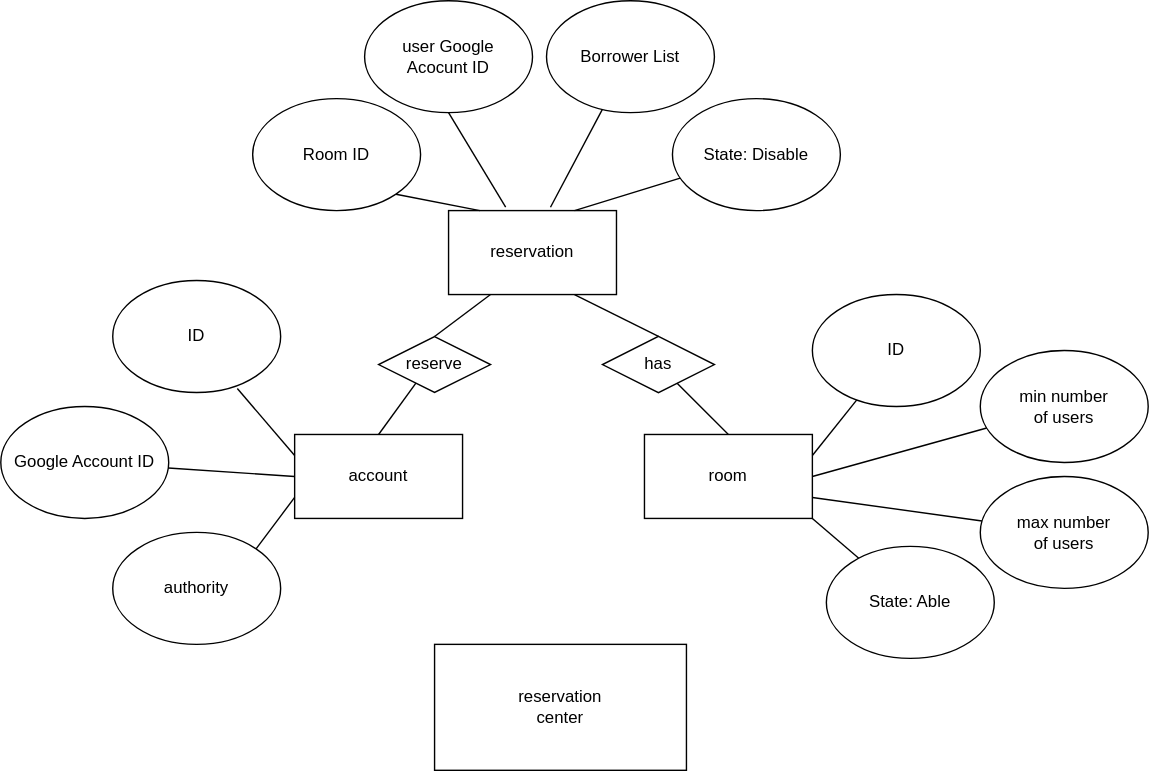
Above: Drawio/3.3.1.1.drawio.svg in CCCpeggy/Reservatio-system (draw.io), before the change. Source tidied: cells renumbered, new cells last; positions are measured from the earlier drawing's top-left corner, leaving out a move shared by most shapes. Its diagram source:
```xml
<mxGraphModel>
  <root>
    <mxCell id="0" />
    <mxCell id="1" parent="0" />
    <mxCell id="2" value="reservation" style="rounded=0;whiteSpace=wrap;html=1;" parent="1" vertex="1">
      <mxGeometry x="320" y="150" width="120" height="60" as="geometry" />
    </mxCell>
    <mxCell id="3" value="account" style="rounded=0;whiteSpace=wrap;html=1;" parent="1" vertex="1">
      <mxGeometry x="210" y="310" width="120" height="60" as="geometry" />
    </mxCell>
    <mxCell id="4" value="room" style="rounded=0;whiteSpace=wrap;html=1;" parent="1" vertex="1">
      <mxGeometry x="460" y="310" width="120" height="60" as="geometry" />
    </mxCell>
    <mxCell id="5" value="reservation&lt;br&gt;center" style="rounded=0;whiteSpace=wrap;html=1;" parent="1" vertex="1">
      <mxGeometry x="310" y="460" width="180" height="90" as="geometry" />
    </mxCell>
    <mxCell id="6" style="endArrow=none;html=1;exitX=0.5;exitY=0;exitDx=0;exitDy=0;entryX=0.25;entryY=1;entryDx=0;entryDy=0;" parent="1" edge="1" source="10" target="2">
      <mxGeometry relative="1" as="geometry" />
    </mxCell>
    <mxCell id="7" style="endArrow=none;html=1;entryX=0.75;entryY=1;entryDx=0;entryDy=0;exitX=0.5;exitY=0;exitDx=0;exitDy=0;" parent="1" edge="1" source="8" target="2">
      <mxGeometry relative="1" as="geometry" />
    </mxCell>
    <mxCell id="8" value="has" style="rhombus;whiteSpace=wrap;html=1;rotation=0;" parent="1" vertex="1">
      <mxGeometry x="430" y="239.8" width="80" height="40.3" as="geometry" />
    </mxCell>
    <mxCell id="9" style="endArrow=none;html=1;entryX=0.75;entryY=1;entryDx=0;entryDy=0;exitX=0.5;exitY=0;exitDx=0;exitDy=0;" parent="1" edge="1" source="4" target="8">
      <mxGeometry relative="1" as="geometry" />
    </mxCell>
    <mxCell id="10" value="reserve" style="rhombus;whiteSpace=wrap;html=1;" parent="1" vertex="1">
      <mxGeometry x="270" y="240" width="80" height="40" as="geometry" />
    </mxCell>
    <mxCell id="11" style="endArrow=none;html=1;exitX=0.5;exitY=0;exitDx=0;exitDy=0;entryX=0.25;entryY=1;entryDx=0;entryDy=0;" parent="1" edge="1" source="3" target="10">
      <mxGeometry relative="1" as="geometry" />
    </mxCell>
    <mxCell id="12" value="Room ID" style="ellipse;whiteSpace=wrap;html=1;" parent="1" vertex="1">
      <mxGeometry x="180" y="70" width="120" height="80" as="geometry" />
    </mxCell>
    <mxCell id="13" value="user&amp;nbsp;Google&lt;br&gt;Acocunt ID" style="ellipse;whiteSpace=wrap;html=1;" parent="1" vertex="1">
      <mxGeometry x="260" width="120" height="80" as="geometry" />
    </mxCell>
    <mxCell id="14" value="Borrower List" style="ellipse;whiteSpace=wrap;html=1;" parent="1" vertex="1">
      <mxGeometry x="390" width="120" height="80" as="geometry" />
    </mxCell>
    <mxCell id="15" style="endArrow=none;html=1;exitX=0.607;exitY=-0.04;exitDx=0;exitDy=0;exitPerimeter=0;" parent="1" edge="1" source="2" target="14">
      <mxGeometry relative="1" as="geometry" />
    </mxCell>
    <mxCell id="16" style="endArrow=none;html=1;entryX=0.187;entryY=0;entryDx=0;entryDy=0;exitX=1;exitY=1;exitDx=0;exitDy=0;entryPerimeter=0;" parent="1" edge="1" source="12" target="2">
      <mxGeometry relative="1" as="geometry" />
    </mxCell>
    <mxCell id="17" style="endArrow=none;html=1;entryX=0.5;entryY=1;entryDx=0;entryDy=0;exitX=0.34;exitY=-0.04;exitDx=0;exitDy=0;exitPerimeter=0;" parent="1" edge="1" source="2" target="13">
      <mxGeometry relative="1" as="geometry" />
    </mxCell>
    <mxCell id="18" style="endArrow=none;html=1;exitX=0.75;exitY=0;exitDx=0;exitDy=0;" parent="1" edge="1" source="2" target="19">
      <mxGeometry relative="1" as="geometry" />
    </mxCell>
    <mxCell id="19" value="State: Disable" style="ellipse;whiteSpace=wrap;html=1;" parent="1" vertex="1">
      <mxGeometry x="480" y="70" width="120" height="80" as="geometry" />
    </mxCell>
    <mxCell id="20" style="endArrow=none;html=1;entryX=0;entryY=0.25;entryDx=0;entryDy=0;exitX=0.742;exitY=0.965;exitDx=0;exitDy=0;exitPerimeter=0;" parent="1" edge="1" source="21" target="3">
      <mxGeometry relative="1" as="geometry" />
    </mxCell>
    <mxCell id="21" value="ID" style="ellipse;whiteSpace=wrap;html=1;" parent="1" vertex="1">
      <mxGeometry x="80" y="200" width="120" height="80" as="geometry" />
    </mxCell>
    <mxCell id="22" style="endArrow=none;html=1;entryX=0;entryY=0.75;entryDx=0;entryDy=0;exitX=1;exitY=0;exitDx=0;exitDy=0;" parent="1" edge="1" source="24" target="3">
      <mxGeometry relative="1" as="geometry" />
    </mxCell>
    <mxCell id="23" style="endArrow=none;html=1;exitX=0;exitY=0.5;exitDx=0;exitDy=0;" parent="1" edge="1" source="3" target="25">
      <mxGeometry relative="1" as="geometry" />
    </mxCell>
    <mxCell id="24" value="authority" style="ellipse;whiteSpace=wrap;html=1;" parent="1" vertex="1">
      <mxGeometry x="80" y="380" width="120" height="80" as="geometry" />
    </mxCell>
    <mxCell id="25" value="Google Account ID" style="ellipse;whiteSpace=wrap;html=1;" parent="1" vertex="1">
      <mxGeometry y="290" width="120" height="80" as="geometry" />
    </mxCell>
    <mxCell id="26" style="endArrow=none;html=1;exitX=1;exitY=0.25;exitDx=0;exitDy=0;" parent="1" edge="1" source="4" target="27">
      <mxGeometry relative="1" as="geometry" />
    </mxCell>
    <mxCell id="27" value="ID" style="ellipse;whiteSpace=wrap;html=1;" parent="1" vertex="1">
      <mxGeometry x="580" y="210" width="120" height="80" as="geometry" />
    </mxCell>
    <mxCell id="28" style="endArrow=none;html=1;exitX=1;exitY=0.5;exitDx=0;exitDy=0;" parent="1" edge="1" source="4" target="29">
      <mxGeometry relative="1" as="geometry" />
    </mxCell>
    <mxCell id="29" value="min number&lt;br&gt;of users" style="ellipse;whiteSpace=wrap;html=1;" parent="1" vertex="1">
      <mxGeometry x="700" y="250" width="120" height="80" as="geometry" />
    </mxCell>
    <mxCell id="30" style="endArrow=none;html=1;exitX=1;exitY=0.75;exitDx=0;exitDy=0;" parent="1" edge="1" source="4" target="31">
      <mxGeometry relative="1" as="geometry" />
    </mxCell>
    <mxCell id="31" value="max number&lt;br&gt;of users" style="ellipse;whiteSpace=wrap;html=1;" parent="1" vertex="1">
      <mxGeometry x="700" y="340" width="120" height="80" as="geometry" />
    </mxCell>
    <mxCell id="32" style="endArrow=none;html=1;exitX=1;exitY=1;exitDx=0;exitDy=0;" parent="1" edge="1" source="4" target="33">
      <mxGeometry relative="1" as="geometry" />
    </mxCell>
    <mxCell id="33" value="State: Able" style="ellipse;whiteSpace=wrap;html=1;" parent="1" vertex="1">
      <mxGeometry x="590" y="390" width="120" height="80" as="geometry" />
    </mxCell>
  </root>
</mxGraphModel>
```
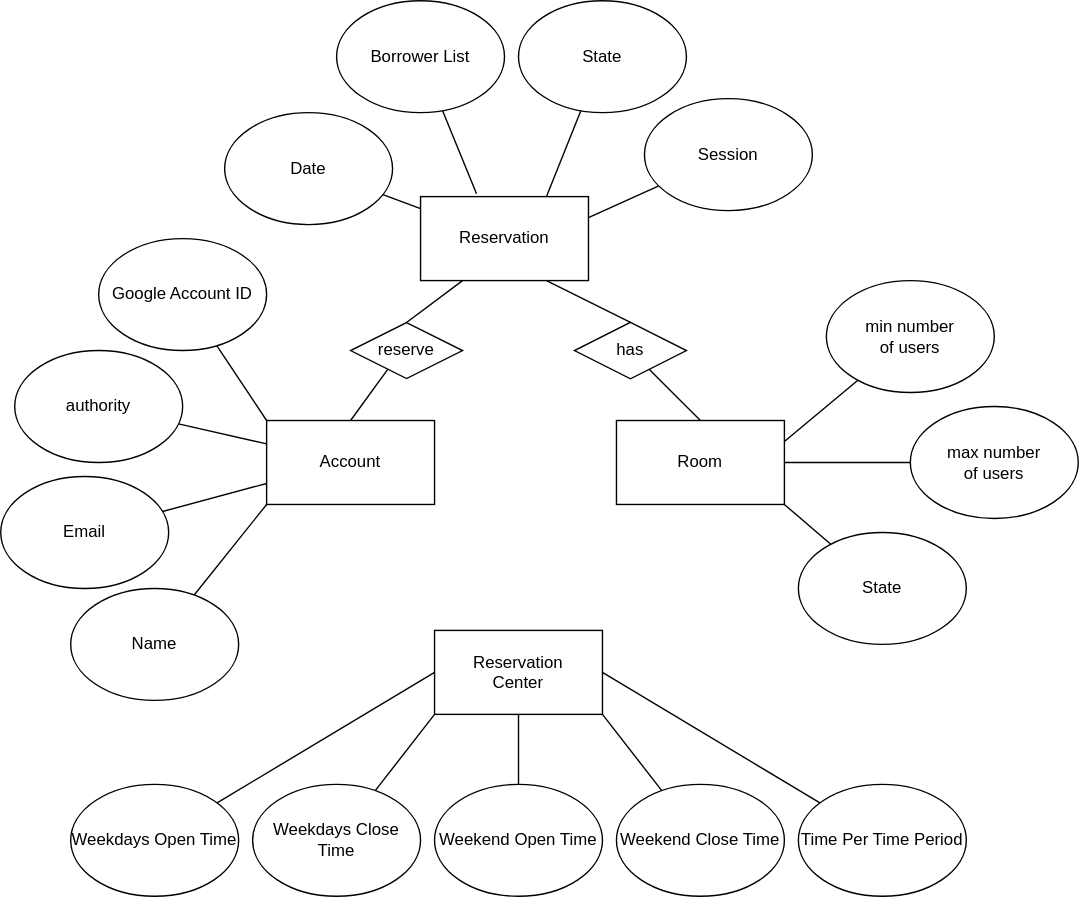
After the change.

The edit, as a diff of the source:
```diff
@@ -2,17 +2,17 @@
   <root>
     <mxCell id="0" />
     <mxCell id="1" parent="0" />
-    <mxCell id="2" value="reservation" style="rounded=0;whiteSpace=wrap;html=1;" parent="1" vertex="1">
+    <mxCell id="2" value="Reservation" style="rounded=0;whiteSpace=wrap;html=1;" parent="1" vertex="1">
       <mxGeometry x="320" y="150" width="120" height="60" as="geometry" />
     </mxCell>
-    <mxCell id="3" value="account" style="rounded=0;whiteSpace=wrap;html=1;" parent="1" vertex="1">
+    <mxCell id="3" value="Account" style="rounded=0;whiteSpace=wrap;html=1;" parent="1" vertex="1">
       <mxGeometry x="210" y="310" width="120" height="60" as="geometry" />
     </mxCell>
-    <mxCell id="4" value="room" style="rounded=0;whiteSpace=wrap;html=1;" parent="1" vertex="1">
+    <mxCell id="4" value="Room" style="rounded=0;whiteSpace=wrap;html=1;" parent="1" vertex="1">
       <mxGeometry x="460" y="310" width="120" height="60" as="geometry" />
     </mxCell>
-    <mxCell id="5" value="reservation&lt;br&gt;center" style="rounded=0;whiteSpace=wrap;html=1;" parent="1" vertex="1">
-      <mxGeometry x="310" y="460" width="180" height="90" as="geometry" />
+    <mxCell id="5" value="Reservation&lt;br&gt;Center" style="rounded=0;whiteSpace=wrap;html=1;" parent="1" vertex="1">
+      <mxGeometry x="330" y="460" width="120" height="60" as="geometry" />
     </mxCell>
     <mxCell id="6" style="endArrow=none;html=1;exitX=0.5;exitY=0;exitDx=0;exitDy=0;entryX=0.25;entryY=1;entryDx=0;entryDy=0;" parent="1" edge="1" source="10" target="2">
       <mxGeometry relative="1" as="geometry" />
@@ -32,71 +32,103 @@
     <mxCell id="11" style="endArrow=none;html=1;exitX=0.5;exitY=0;exitDx=0;exitDy=0;entryX=0.25;entryY=1;entryDx=0;entryDy=0;" parent="1" edge="1" source="3" target="10">
       <mxGeometry relative="1" as="geometry" />
     </mxCell>
-    <mxCell id="12" value="Room ID" style="ellipse;whiteSpace=wrap;html=1;" parent="1" vertex="1">
-      <mxGeometry x="180" y="70" width="120" height="80" as="geometry" />
-    </mxCell>
-    <mxCell id="13" value="user&amp;nbsp;Google&lt;br&gt;Acocunt ID" style="ellipse;whiteSpace=wrap;html=1;" parent="1" vertex="1">
-      <mxGeometry x="260" width="120" height="80" as="geometry" />
-    </mxCell>
     <mxCell id="14" value="Borrower List" style="ellipse;whiteSpace=wrap;html=1;" parent="1" vertex="1">
-      <mxGeometry x="390" width="120" height="80" as="geometry" />
+      <mxGeometry x="260" y="10" width="120" height="80" as="geometry" />
     </mxCell>
-    <mxCell id="15" style="endArrow=none;html=1;exitX=0.607;exitY=-0.04;exitDx=0;exitDy=0;exitPerimeter=0;" parent="1" edge="1" source="2" target="14">
-      <mxGeometry relative="1" as="geometry" />
+    <mxCell id="15" style="endArrow=none;html=1;" parent="1" edge="1" target="14">
+      <mxGeometry relative="1" as="geometry">
+        <mxPoint x="360" y="148" as="sourcePoint" />
+      </mxGeometry>
     </mxCell>
-    <mxCell id="16" style="endArrow=none;html=1;entryX=0.187;entryY=0;entryDx=0;entryDy=0;exitX=1;exitY=1;exitDx=0;exitDy=0;entryPerimeter=0;" parent="1" edge="1" source="12" target="2">
-      <mxGeometry relative="1" as="geometry" />
-    </mxCell>
-    <mxCell id="17" style="endArrow=none;html=1;entryX=0.5;entryY=1;entryDx=0;entryDy=0;exitX=0.34;exitY=-0.04;exitDx=0;exitDy=0;exitPerimeter=0;" parent="1" edge="1" source="2" target="13">
-      <mxGeometry relative="1" as="geometry" />
-    </mxCell>
     <mxCell id="18" style="endArrow=none;html=1;exitX=0.75;exitY=0;exitDx=0;exitDy=0;" parent="1" edge="1" source="2" target="19">
       <mxGeometry relative="1" as="geometry" />
     </mxCell>
-    <mxCell id="19" value="State: Disable" style="ellipse;whiteSpace=wrap;html=1;" parent="1" vertex="1">
-      <mxGeometry x="480" y="70" width="120" height="80" as="geometry" />
+    <mxCell id="19" value="State" style="ellipse;whiteSpace=wrap;html=1;" parent="1" vertex="1">
+      <mxGeometry x="390" y="10" width="120" height="80" as="geometry" />
     </mxCell>
-    <mxCell id="20" style="endArrow=none;html=1;entryX=0;entryY=0.25;entryDx=0;entryDy=0;exitX=0.742;exitY=0.965;exitDx=0;exitDy=0;exitPerimeter=0;" parent="1" edge="1" source="21" target="3">
-      <mxGeometry relative="1" as="geometry" />
-    </mxCell>
-    <mxCell id="21" value="ID" style="ellipse;whiteSpace=wrap;html=1;" parent="1" vertex="1">
-      <mxGeometry x="80" y="200" width="120" height="80" as="geometry" />
-    </mxCell>
+    <mxCell id="23" style="endArrow=none;html=1;exitX=0;exitY=0;exitDx=0;exitDy=0;" parent="1" edge="1" source="3" target="25">
+      <mxGeometry relative="1" as="geometry" />
+    </mxCell>
-    <mxCell id="22" style="endArrow=none;html=1;entryX=0;entryY=0.75;entryDx=0;entryDy=0;exitX=1;exitY=0;exitDx=0;exitDy=0;" parent="1" edge="1" source="24" target="3">
+    <mxCell id="22" style="edgeStyle=none;rounded=0;jettySize=auto;html=1;endArrow=none;endFill=0;" parent="1" edge="1" source="24" target="3">
       <mxGeometry relative="1" as="geometry" />
     </mxCell>
-    <mxCell id="23" style="endArrow=none;html=1;exitX=0;exitY=0.5;exitDx=0;exitDy=0;" parent="1" edge="1" source="3" target="25">
-      <mxGeometry relative="1" as="geometry" />
-    </mxCell>
     <mxCell id="24" value="authority" style="ellipse;whiteSpace=wrap;html=1;" parent="1" vertex="1">
-      <mxGeometry x="80" y="380" width="120" height="80" as="geometry" />
+      <mxGeometry x="30" y="260" width="120" height="80" as="geometry" />
     </mxCell>
     <mxCell id="25" value="Google Account ID" style="ellipse;whiteSpace=wrap;html=1;" parent="1" vertex="1">
-      <mxGeometry y="290" width="120" height="80" as="geometry" />
+      <mxGeometry x="90" y="180" width="120" height="80" as="geometry" />
     </mxCell>
-    <mxCell id="26" style="endArrow=none;html=1;exitX=1;exitY=0.25;exitDx=0;exitDy=0;" parent="1" edge="1" source="4" target="27">
-      <mxGeometry relative="1" as="geometry" />
-    </mxCell>
-    <mxCell id="27" value="ID" style="ellipse;whiteSpace=wrap;html=1;" parent="1" vertex="1">
-      <mxGeometry x="580" y="210" width="120" height="80" as="geometry" />
-    </mxCell>
-    <mxCell id="28" style="endArrow=none;html=1;exitX=1;exitY=0.5;exitDx=0;exitDy=0;" parent="1" edge="1" source="4" target="29">
+    <mxCell id="28" style="endArrow=none;html=1;exitX=1;exitY=0.25;exitDx=0;exitDy=0;" parent="1" edge="1" source="4" target="29">
       <mxGeometry relative="1" as="geometry" />
     </mxCell>
     <mxCell id="29" value="min number&lt;br&gt;of users" style="ellipse;whiteSpace=wrap;html=1;" parent="1" vertex="1">
-      <mxGeometry x="700" y="250" width="120" height="80" as="geometry" />
+      <mxGeometry x="610" y="210" width="120" height="80" as="geometry" />
     </mxCell>
-    <mxCell id="30" style="endArrow=none;html=1;exitX=1;exitY=0.75;exitDx=0;exitDy=0;" parent="1" edge="1" source="4" target="31">
-      <mxGeometry relative="1" as="geometry" />
-    </mxCell>
+    <mxCell id="34" style="rounded=0;jettySize=auto;html=1;endArrow=none;endFill=0;" parent="1" edge="1" source="31" target="4">
+      <mxGeometry relative="1" as="geometry" />
+    </mxCell>
     <mxCell id="31" value="max number&lt;br&gt;of users" style="ellipse;whiteSpace=wrap;html=1;" parent="1" vertex="1">
-      <mxGeometry x="700" y="340" width="120" height="80" as="geometry" />
+      <mxGeometry x="670" y="300" width="120" height="80" as="geometry" />
     </mxCell>
     <mxCell id="32" style="endArrow=none;html=1;exitX=1;exitY=1;exitDx=0;exitDy=0;" parent="1" edge="1" source="4" target="33">
       <mxGeometry relative="1" as="geometry" />
     </mxCell>
-    <mxCell id="33" value="State: Able" style="ellipse;whiteSpace=wrap;html=1;" parent="1" vertex="1">
+    <mxCell id="33" value="State" style="ellipse;whiteSpace=wrap;html=1;" parent="1" vertex="1">
       <mxGeometry x="590" y="390" width="120" height="80" as="geometry" />
     </mxCell>
+    <mxCell id="35" style="edgeStyle=none;rounded=0;jettySize=auto;html=1;entryX=0;entryY=0.75;entryDx=0;entryDy=0;endArrow=none;endFill=0;" parent="1" edge="1" source="36" target="3">
+      <mxGeometry relative="1" as="geometry" />
+    </mxCell>
+    <mxCell id="36" value="Email" style="ellipse;whiteSpace=wrap;html=1;" parent="1" vertex="1">
+      <mxGeometry x="20" y="350" width="120" height="80" as="geometry" />
+    </mxCell>
+    <mxCell id="37" style="edgeStyle=none;rounded=0;jettySize=auto;html=1;entryX=0;entryY=1;entryDx=0;entryDy=0;endArrow=none;endFill=0;" parent="1" edge="1" source="38" target="3">
+      <mxGeometry relative="1" as="geometry" />
+    </mxCell>
+    <mxCell id="38" value="Name" style="ellipse;whiteSpace=wrap;html=1;" parent="1" vertex="1">
+      <mxGeometry x="70" y="430" width="120" height="80" as="geometry" />
+    </mxCell>
+    <mxCell id="39" style="edgeStyle=none;rounded=0;jettySize=auto;html=1;entryX=0;entryY=0.5;entryDx=0;entryDy=0;endArrow=none;endFill=0;" parent="1" edge="1" source="40" target="5">
+      <mxGeometry relative="1" as="geometry" />
+    </mxCell>
+    <mxCell id="40" value="Weekdays Open Time" style="ellipse;whiteSpace=wrap;html=1;" parent="1" vertex="1">
+      <mxGeometry x="70" y="570" width="120" height="80" as="geometry" />
+    </mxCell>
+    <mxCell id="41" style="edgeStyle=none;rounded=0;jettySize=auto;html=1;entryX=1;entryY=0.25;entryDx=0;entryDy=0;endArrow=none;endFill=0;" parent="1" edge="1" source="42" target="2">
+      <mxGeometry relative="1" as="geometry" />
+    </mxCell>
+    <mxCell id="42" value="Session" style="ellipse;whiteSpace=wrap;html=1;" parent="1" vertex="1">
+      <mxGeometry x="480" y="80" width="120" height="80" as="geometry" />
+    </mxCell>
+    <mxCell id="43" style="edgeStyle=none;rounded=0;jettySize=auto;html=1;endArrow=none;endFill=0;" parent="1" edge="1" source="44" target="2">
+      <mxGeometry relative="1" as="geometry" />
+    </mxCell>
+    <mxCell id="44" value="Date" style="ellipse;whiteSpace=wrap;html=1;" parent="1" vertex="1">
+      <mxGeometry x="180" y="90" width="120" height="80" as="geometry" />
+    </mxCell>
+    <mxCell id="45" style="edgeStyle=none;rounded=0;jettySize=auto;html=1;entryX=0;entryY=1;entryDx=0;entryDy=0;endArrow=none;endFill=0;" parent="1" edge="1" source="46" target="5">
+      <mxGeometry relative="1" as="geometry" />
+    </mxCell>
+    <mxCell id="46" value="Weekdays Close Time" style="ellipse;whiteSpace=wrap;html=1;" parent="1" vertex="1">
+      <mxGeometry x="200" y="570" width="120" height="80" as="geometry" />
+    </mxCell>
+    <mxCell id="47" style="edgeStyle=none;rounded=0;jettySize=auto;html=1;endArrow=none;endFill=0;" parent="1" edge="1" source="48" target="5">
+      <mxGeometry relative="1" as="geometry" />
+    </mxCell>
+    <mxCell id="48" value="Weekend Open Time" style="ellipse;whiteSpace=wrap;html=1;" parent="1" vertex="1">
+      <mxGeometry x="330" y="570" width="120" height="80" as="geometry" />
+    </mxCell>
+    <mxCell id="49" style="edgeStyle=none;rounded=0;jettySize=auto;html=1;entryX=1;entryY=1;entryDx=0;entryDy=0;endArrow=none;endFill=0;" parent="1" edge="1" source="50" target="5">
+      <mxGeometry relative="1" as="geometry" />
+    </mxCell>
+    <mxCell id="50" value="Weekend&amp;nbsp;Close Time" style="ellipse;whiteSpace=wrap;html=1;" parent="1" vertex="1">
+      <mxGeometry x="460" y="570" width="120" height="80" as="geometry" />
+    </mxCell>
+    <mxCell id="51" style="edgeStyle=none;rounded=0;jettySize=auto;html=1;entryX=1;entryY=0.5;entryDx=0;entryDy=0;endArrow=none;endFill=0;" parent="1" edge="1" source="52" target="5">
+      <mxGeometry relative="1" as="geometry" />
+    </mxCell>
+    <mxCell id="52" value="Time Per Time Period" style="ellipse;whiteSpace=wrap;html=1;" parent="1" vertex="1">
+      <mxGeometry x="590" y="570" width="120" height="80" as="geometry" />
+    </mxCell>
   </root>
 </mxGraphModel>
```
